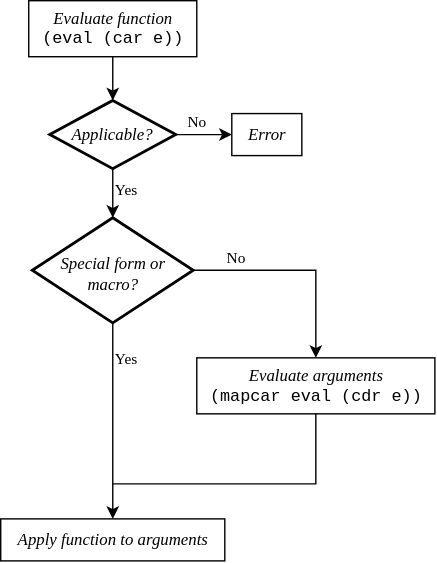
8dcc/sl keeps this draw.io diagram as doc/diagrams/sl_eval_function_call.svg. Above is the earlier version. Source tidied: cells renumbered, new cells last; positions are measured from the earlier drawing's top-left corner, leaving out a move shared by most shapes.
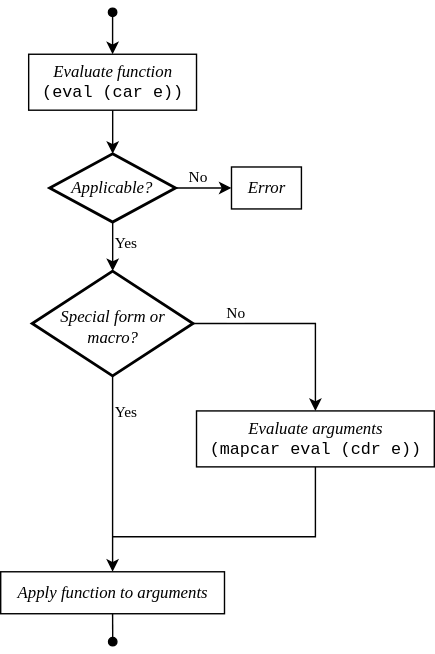
The same file after the commit.

Commit message:
doc: Add start and end arrows to eval diagrams

Change to the diagram source:
```diff
@@ -61,5 +61,17 @@
         <mxPoint y="-3" as="offset" />
       </mxGeometry>
     </mxCell>
+    <mxCell id="18" style="edgeStyle=orthogonalEdgeStyle;rounded=0;orthogonalLoop=1;jettySize=auto;html=1;startArrow=oval;startFill=1;" parent="1" edge="1">
+      <mxGeometry relative="1" as="geometry">
+        <mxPoint x="80" y="-30" as="sourcePoint" />
+        <mxPoint x="80" as="targetPoint" />
+      </mxGeometry>
+    </mxCell>
+    <mxCell id="19" style="edgeStyle=orthogonalEdgeStyle;rounded=0;orthogonalLoop=1;jettySize=auto;html=1;endArrow=oval;endFill=1;" parent="1" edge="1">
+      <mxGeometry relative="1" as="geometry">
+        <mxPoint x="80" y="400" as="sourcePoint" />
+        <mxPoint x="80.1" y="420" as="targetPoint" />
+      </mxGeometry>
+    </mxCell>
   </root>
 </mxGraphModel>
```
